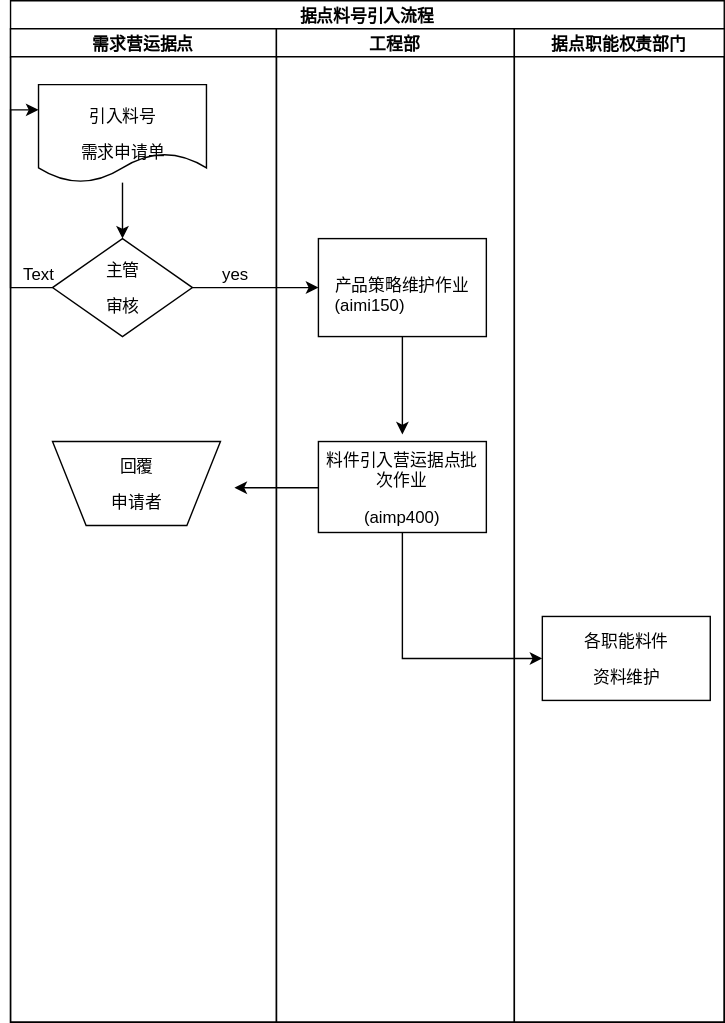
Above: ver01/AIM004.svg in ft2017/sop (draw.io), before the change. Source tidied: cells renumbered, new cells last; positions are measured from the earlier drawing's top-left corner, leaving out a move shared by most shapes. Source of this version:
```xml
<mxGraphModel background="#ffffff">
  <root>
    <mxCell id="0" />
    <mxCell id="1" parent="0" />
    <mxCell id="2" value="&lt;b&gt;&lt;span&gt;据点料号引入流程&lt;/span&gt;&lt;/b&gt;" style="swimlane;html=1;startSize=20;" parent="1" vertex="1">
      <mxGeometry width="510" height="730" as="geometry" />
    </mxCell>
    <mxCell id="3" value="需求营运据点" style="swimlane;html=1;startSize=20;flipV=0;" parent="2" vertex="1">
      <mxGeometry y="20" width="190" height="710" as="geometry" />
    </mxCell>
    <mxCell id="4" value="&lt;p align=&quot;center&quot;&gt;&lt;span&gt;引入料号&lt;/span&gt;&lt;/p&gt;&lt;p align=&quot;center&quot;&gt;&lt;span&gt;需求申请单&lt;/span&gt;&lt;/p&gt;" style="shape=document;whiteSpace=wrap;html=1;" parent="3" vertex="1">
      <mxGeometry x="20" y="40" width="120" height="70" as="geometry" />
    </mxCell>
    <mxCell id="5" value="yes" style="text;html=1;strokeColor=none;fillColor=none;align=center;verticalAlign=middle;whiteSpace=wrap;" parent="3" vertex="1">
      <mxGeometry x="140" y="165" width="40" height="20" as="geometry" />
    </mxCell>
    <mxCell id="6" value="Text" style="text;html=1;strokeColor=none;fillColor=none;align=center;verticalAlign=middle;whiteSpace=wrap;" parent="3" vertex="1">
      <mxGeometry y="165" width="40" height="20" as="geometry" />
    </mxCell>
    <mxCell id="7" value="&lt;p align=&quot;center&quot;&gt;&lt;span&gt;回覆&lt;/span&gt;&lt;/p&gt;&lt;p align=&quot;center&quot;&gt;&lt;span&gt;申请者&lt;/span&gt;&lt;/p&gt;" style="shape=trapezoid;whiteSpace=wrap;html=1;flipH=0;direction=west;flipV=0;" parent="3" vertex="1">
      <mxGeometry x="30" y="295" width="120" height="60" as="geometry" />
    </mxCell>
    <mxCell id="8" value="工程部" style="swimlane;html=1;startSize=20;" parent="2" vertex="1">
      <mxGeometry x="190" y="20" width="170" height="710" as="geometry" />
    </mxCell>
    <mxCell id="9" value="&lt;p align=&quot;center&quot;&gt;&lt;span&gt;料件引入营运据点批次作业&lt;/span&gt;&lt;/p&gt;&lt;p align=&quot;center&quot;&gt;&lt;span lang=&quot;EN-US&quot;&gt;(aimp400)&lt;/span&gt;&lt;/p&gt;" style="whiteSpace=wrap;html=1;" parent="8" vertex="1">
      <mxGeometry x="30" y="295" width="120" height="65" as="geometry" />
    </mxCell>
    <mxCell id="10" value="&lt;b&gt;&lt;span&gt;据点职能权责部门&lt;/span&gt;&lt;/b&gt;" style="swimlane;html=1;startSize=20;" parent="2" vertex="1">
      <mxGeometry x="360" y="20" width="150" height="710" as="geometry" />
    </mxCell>
    <mxCell id="11" value="&lt;p align=&quot;center&quot;&gt;&lt;span&gt;各职能料件&lt;/span&gt;&lt;/p&gt;&lt;p align=&quot;center&quot;&gt;&lt;span&gt;资料维护&lt;/span&gt;&lt;/p&gt;" style="whiteSpace=wrap;html=1;" parent="10" vertex="1">
      <mxGeometry x="20" y="420" width="120" height="60" as="geometry" />
    </mxCell>
    <mxCell id="12" style="edgeStyle=orthogonalEdgeStyle;rounded=0;html=1;exitX=0.5;exitY=1;entryX=0;entryY=0.5;jettySize=auto;" parent="2" edge="1" source="9" target="11">
      <mxGeometry relative="1" as="geometry" />
    </mxCell>
    <mxCell id="13" style="edgeStyle=orthogonalEdgeStyle;rounded=0;html=1;jettySize=auto;" parent="1" edge="1" source="4" target="16">
      <mxGeometry relative="1" as="geometry" />
    </mxCell>
    <mxCell id="14" style="edgeStyle=orthogonalEdgeStyle;rounded=0;html=1;exitX=1;exitY=0.5;jettySize=auto;" parent="1" edge="1" source="16" target="18">
      <mxGeometry relative="1" as="geometry" />
    </mxCell>
    <mxCell id="15" style="edgeStyle=orthogonalEdgeStyle;rounded=0;html=1;exitX=0;exitY=0.5;entryX=0;entryY=0.25;jettySize=auto;" parent="1" edge="1" source="16" target="4">
      <mxGeometry relative="1" as="geometry" />
    </mxCell>
    <mxCell id="16" value="&lt;p align=&quot;center&quot;&gt;&lt;span&gt;主管&lt;/span&gt;&lt;/p&gt;&lt;p align=&quot;center&quot;&gt;&lt;span&gt;审核&lt;/span&gt;&lt;/p&gt;" style="rhombus;whiteSpace=wrap;html=1;" parent="1" vertex="1">
      <mxGeometry x="30" y="170" width="100" height="70" as="geometry" />
    </mxCell>
    <mxCell id="17" style="edgeStyle=orthogonalEdgeStyle;rounded=0;html=1;exitX=0.5;exitY=1;jettySize=auto;" parent="1" edge="1" source="18">
      <mxGeometry relative="1" as="geometry">
        <mxPoint x="280" y="310" as="targetPoint" />
      </mxGeometry>
    </mxCell>
    <mxCell id="18" style="whiteSpace=wrap;html=1;" parent="1" vertex="1">
      <mxGeometry x="220" y="170" width="120" height="70" as="geometry" />
    </mxCell>
    <mxCell id="19" value="产品策略维护作业&lt;div&gt;(aimi150)&lt;/div&gt;" style="text;html=1;" parent="1" vertex="1">
      <mxGeometry x="230" y="190" width="170" height="30" as="geometry" />
    </mxCell>
    <mxCell id="20" style="edgeStyle=orthogonalEdgeStyle;rounded=0;html=1;exitX=0;exitY=0.5;jettySize=auto;" parent="1" edge="1" source="9">
      <mxGeometry relative="1" as="geometry">
        <mxPoint x="160" y="348" as="targetPoint" />
      </mxGeometry>
    </mxCell>
  </root>
</mxGraphModel>
```
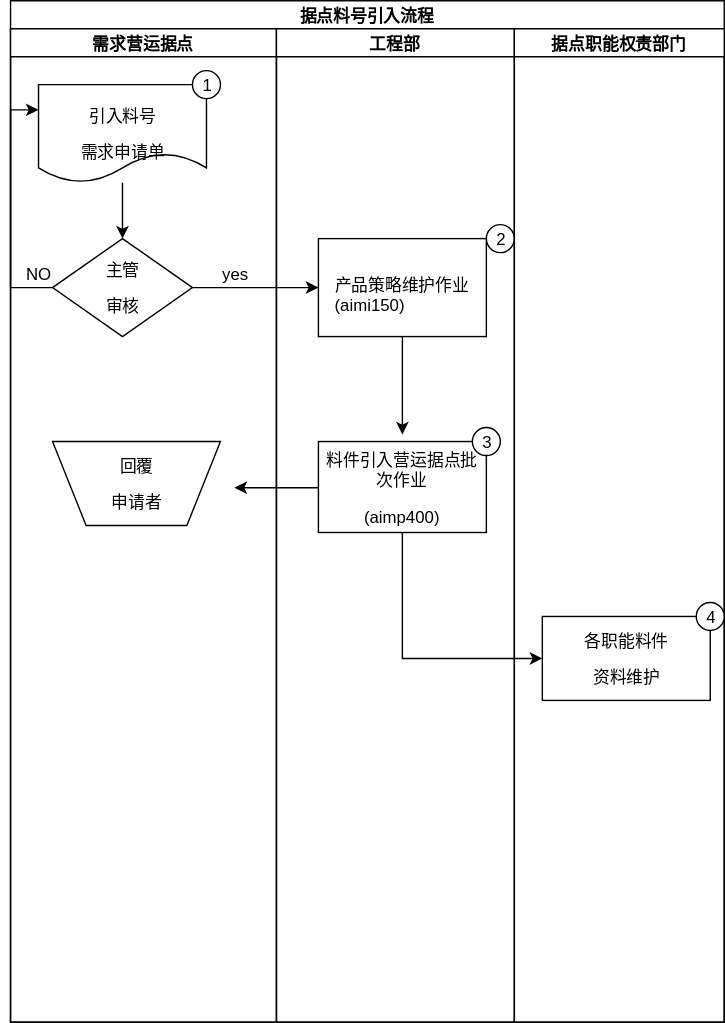
The same diagram one commit later.

Change to the diagram source:
```diff
@@ -14,24 +14,36 @@
     <mxCell id="5" value="yes" style="text;html=1;strokeColor=none;fillColor=none;align=center;verticalAlign=middle;whiteSpace=wrap;" parent="3" vertex="1">
       <mxGeometry x="140" y="165" width="40" height="20" as="geometry" />
     </mxCell>
-    <mxCell id="6" value="Text" style="text;html=1;strokeColor=none;fillColor=none;align=center;verticalAlign=middle;whiteSpace=wrap;" parent="3" vertex="1">
+    <mxCell id="6" value="NO" style="text;html=1;strokeColor=none;fillColor=none;align=center;verticalAlign=middle;whiteSpace=wrap;" parent="3" vertex="1">
       <mxGeometry y="165" width="40" height="20" as="geometry" />
     </mxCell>
     <mxCell id="7" value="&lt;p align=&quot;center&quot;&gt;&lt;span&gt;回覆&lt;/span&gt;&lt;/p&gt;&lt;p align=&quot;center&quot;&gt;&lt;span&gt;申请者&lt;/span&gt;&lt;/p&gt;" style="shape=trapezoid;whiteSpace=wrap;html=1;flipH=0;direction=west;flipV=0;" parent="3" vertex="1">
       <mxGeometry x="30" y="295" width="120" height="60" as="geometry" />
     </mxCell>
+    <mxCell id="21" value="1" style="ellipse;whiteSpace=wrap;html=1;" parent="3" vertex="1">
+      <mxGeometry x="130" y="30" width="20" height="20" as="geometry" />
+    </mxCell>
     <mxCell id="8" value="工程部" style="swimlane;html=1;startSize=20;" parent="2" vertex="1">
       <mxGeometry x="190" y="20" width="170" height="710" as="geometry" />
     </mxCell>
     <mxCell id="9" value="&lt;p align=&quot;center&quot;&gt;&lt;span&gt;料件引入营运据点批次作业&lt;/span&gt;&lt;/p&gt;&lt;p align=&quot;center&quot;&gt;&lt;span lang=&quot;EN-US&quot;&gt;(aimp400)&lt;/span&gt;&lt;/p&gt;" style="whiteSpace=wrap;html=1;" parent="8" vertex="1">
       <mxGeometry x="30" y="295" width="120" height="65" as="geometry" />
     </mxCell>
+    <mxCell id="22" value="2" style="ellipse;whiteSpace=wrap;html=1;" parent="8" vertex="1">
+      <mxGeometry x="150" y="140" width="20" height="20" as="geometry" />
+    </mxCell>
+    <mxCell id="23" value="3" style="ellipse;whiteSpace=wrap;html=1;" parent="8" vertex="1">
+      <mxGeometry x="140" y="285" width="20" height="20" as="geometry" />
+    </mxCell>
     <mxCell id="10" value="&lt;b&gt;&lt;span&gt;据点职能权责部门&lt;/span&gt;&lt;/b&gt;" style="swimlane;html=1;startSize=20;" parent="2" vertex="1">
       <mxGeometry x="360" y="20" width="150" height="710" as="geometry" />
     </mxCell>
     <mxCell id="11" value="&lt;p align=&quot;center&quot;&gt;&lt;span&gt;各职能料件&lt;/span&gt;&lt;/p&gt;&lt;p align=&quot;center&quot;&gt;&lt;span&gt;资料维护&lt;/span&gt;&lt;/p&gt;" style="whiteSpace=wrap;html=1;" parent="10" vertex="1">
       <mxGeometry x="20" y="420" width="120" height="60" as="geometry" />
     </mxCell>
+    <mxCell id="24" value="4" style="ellipse;whiteSpace=wrap;html=1;" parent="10" vertex="1">
+      <mxGeometry x="130" y="410" width="20" height="20" as="geometry" />
+    </mxCell>
     <mxCell id="12" style="edgeStyle=orthogonalEdgeStyle;rounded=0;html=1;exitX=0.5;exitY=1;entryX=0;entryY=0.5;jettySize=auto;" parent="2" edge="1" source="9" target="11">
       <mxGeometry relative="1" as="geometry" />
     </mxCell>
```
